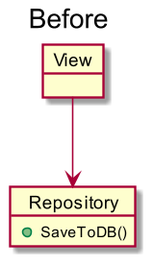
Above: Doc/img/DetailExampleBefore.png in k2491p/DIP (PlantUML), before the change.
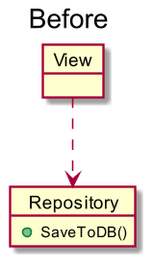
Later version of the same file.

What changed in the source:
```diff
@@ -7,6 +7,6 @@
 	+SaveToDB()
 }
 
-View --> Repository
+View ..> Repository
 
 @enduml
```
